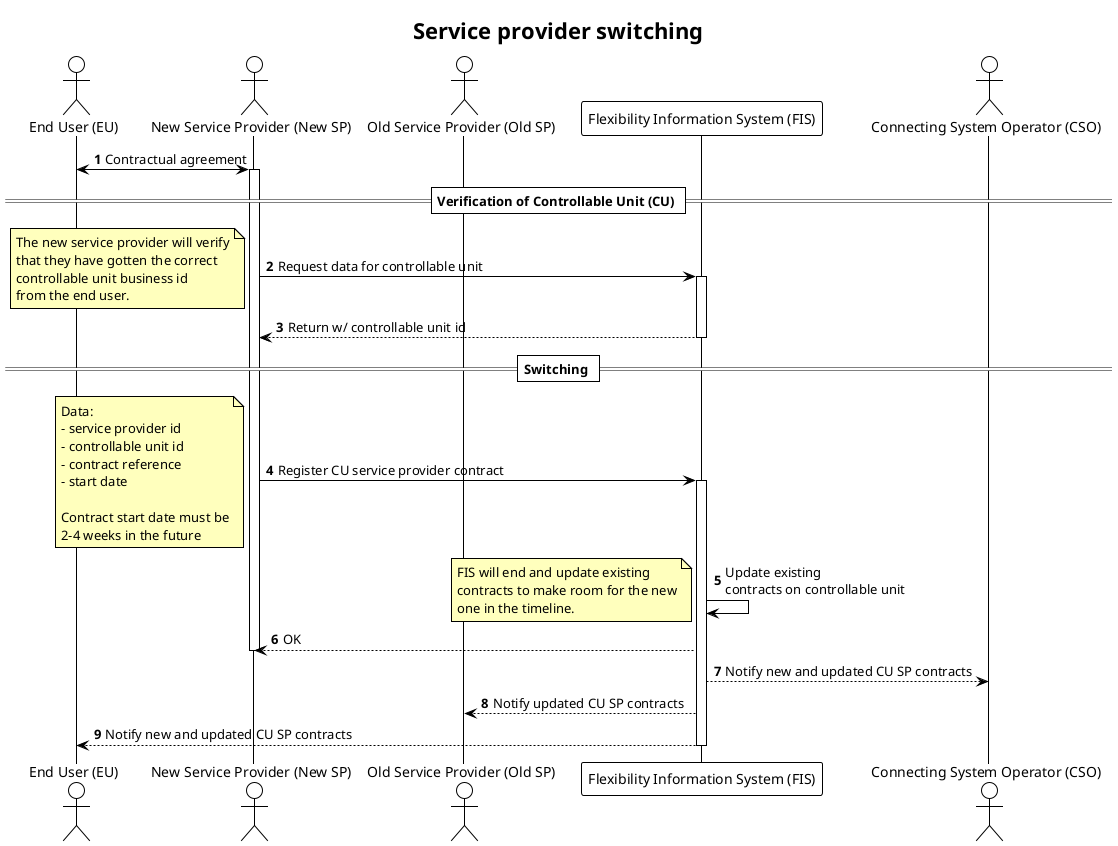
Before: docs/diagrams/service_provider_switching.png, a diagram exported from PlantUML (elhub/flex-information-system).
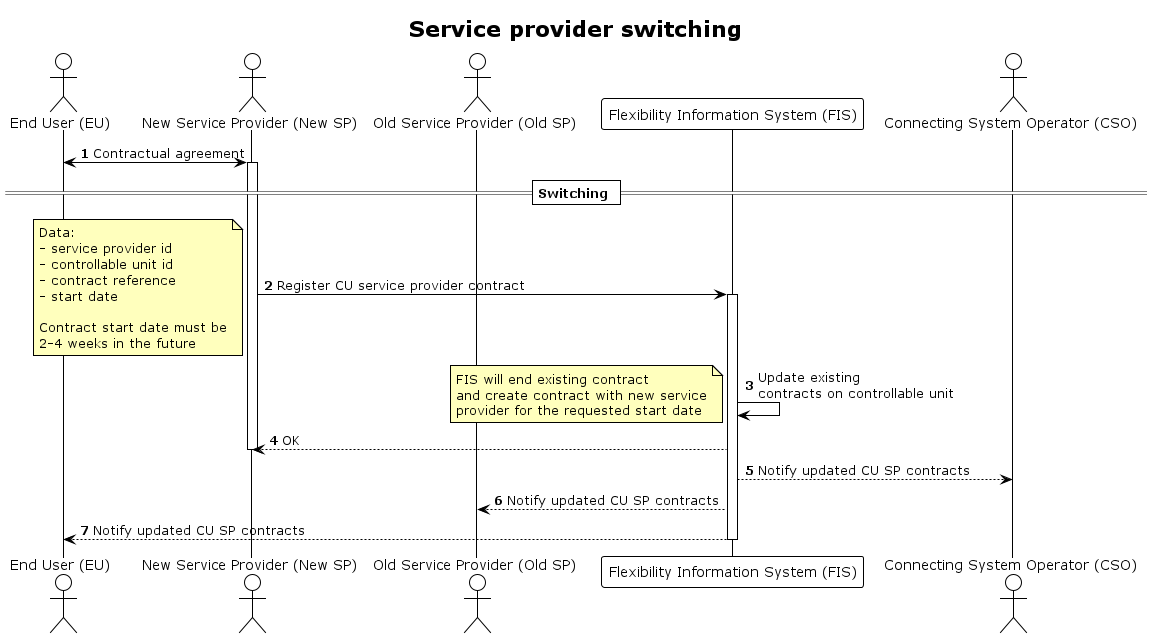
Above is the later version.

Commit message:
Updated switching process

Taken out Verification of CU. Updated process with new Prerequisites.

Diff of the diagram source:
```diff
@@ -17,19 +17,6 @@
 EU <-> SP_NEW: Contractual agreement
 activate SP_NEW
 
-== Verification of Controllable Unit (CU) ==
-
-
-SP_NEW -> FIS: Request data for controllable unit
-note left
-    The new service provider will verify
-    that they have gotten the correct
-    controllable unit business id
-    from the end user.
-end note
-activate FIS
-FIS --> SP_NEW: Return w/ controllable unit id
-deactivate FIS
 
 == Switching ==
 
@@ -49,17 +36,17 @@
 
 FIS -> FIS: Update existing\ncontracts on controllable unit
 note left
-    FIS will end and update existing
-    contracts to make room for the new
-    one in the timeline.
+    FIS will end existing contract
+    and create contract with new service
+    provider for the requested start date
 end note
 
 FIS --> SP_NEW: OK
 deactivate SP_NEW
 
-FIS --> CSO: Notify new and updated CU SP contracts
+FIS --> CSO: Notify updated CU SP contracts
 FIS --> SP_OLD: Notify updated CU SP contracts
-FIS --> EU : Notify new and updated CU SP contracts
+FIS --> EU : Notify updated CU SP contracts
 
 deactivate FIS
 
```
